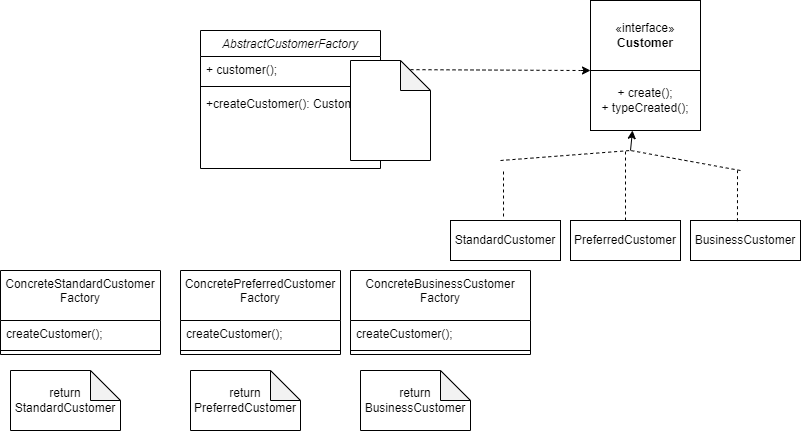
The draw.io diagram Assign3Part3 Diagram.drawio.png in jimmyjazz31/CS665Assign3, before a commit. Source tidied: cells renumbered, new cells last; positions are measured from the earlier drawing's top-left corner, leaving out a move shared by most shapes.
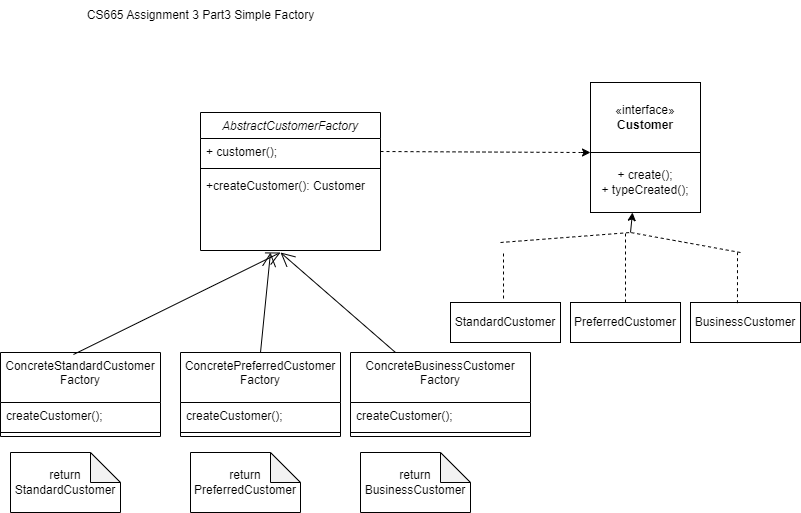
After the commit.

The edit, as a diff of the source:
```diff
@@ -98,9 +98,6 @@
     <mxCell id="27" style="line;html=1;strokeWidth=1;align=left;verticalAlign=middle;spacingTop=-1;spacingLeft=3;spacingRight=3;labelPosition=right;" parent="25" vertex="1">
       <mxGeometry y="76" width="180" height="8" as="geometry" />
     </mxCell>
-    <mxCell id="28" style="shape=note;whiteSpace=wrap;html=1;backgroundOutline=1;darkOpacity=0.05;" parent="1" vertex="1">
-      <mxGeometry x="350" y="60" width="80" height="100" as="geometry" />
-    </mxCell>
     <mxCell id="29" value="return StandardCustomer" style="shape=note;whiteSpace=wrap;html=1;backgroundOutline=1;darkOpacity=0.05;" parent="1" vertex="1">
       <mxGeometry x="10" y="370" width="110" height="60" as="geometry" />
     </mxCell>
@@ -110,5 +107,23 @@
     <mxCell id="31" value="return BusinessCustomer" style="shape=note;whiteSpace=wrap;html=1;backgroundOutline=1;darkOpacity=0.05;" parent="1" vertex="1">
       <mxGeometry x="360" y="370" width="110" height="60" as="geometry" />
     </mxCell>
+    <mxCell id="32" style="endArrow=open;endFill=1;endSize=12;html=1;rounded=0;exitX=0.456;exitY=0.024;exitDx=0;exitDy=0;exitPerimeter=0;" parent="1" edge="1" source="6">
+      <mxGeometry relative="1" as="geometry">
+        <mxPoint x="280" y="170" as="targetPoint" />
+      </mxGeometry>
+    </mxCell>
+    <mxCell id="33" style="endArrow=open;endFill=1;endSize=12;html=1;rounded=0;exitX=0.5;exitY=0;exitDx=0;exitDy=0;" parent="1" edge="1" source="9">
+      <mxGeometry relative="1" as="geometry">
+        <mxPoint x="270" y="170" as="targetPoint" />
+      </mxGeometry>
+    </mxCell>
+    <mxCell id="34" style="endArrow=open;endFill=1;endSize=12;html=1;rounded=0;exitX=0.25;exitY=0;exitDx=0;exitDy=0;" parent="1" edge="1" source="25">
+      <mxGeometry relative="1" as="geometry">
+        <mxPoint x="280" y="170" as="targetPoint" />
+      </mxGeometry>
+    </mxCell>
+    <mxCell id="35" value="CS665 Assignment 3 Part3 Simple Factory" style="text;html=1;align=center;verticalAlign=middle;strokeColor=none;fillColor=none;" parent="1" vertex="1">
+      <mxGeometry x="75" y="-82" width="250" height="30" as="geometry" />
+    </mxCell>
   </root>
 </mxGraphModel>
```
